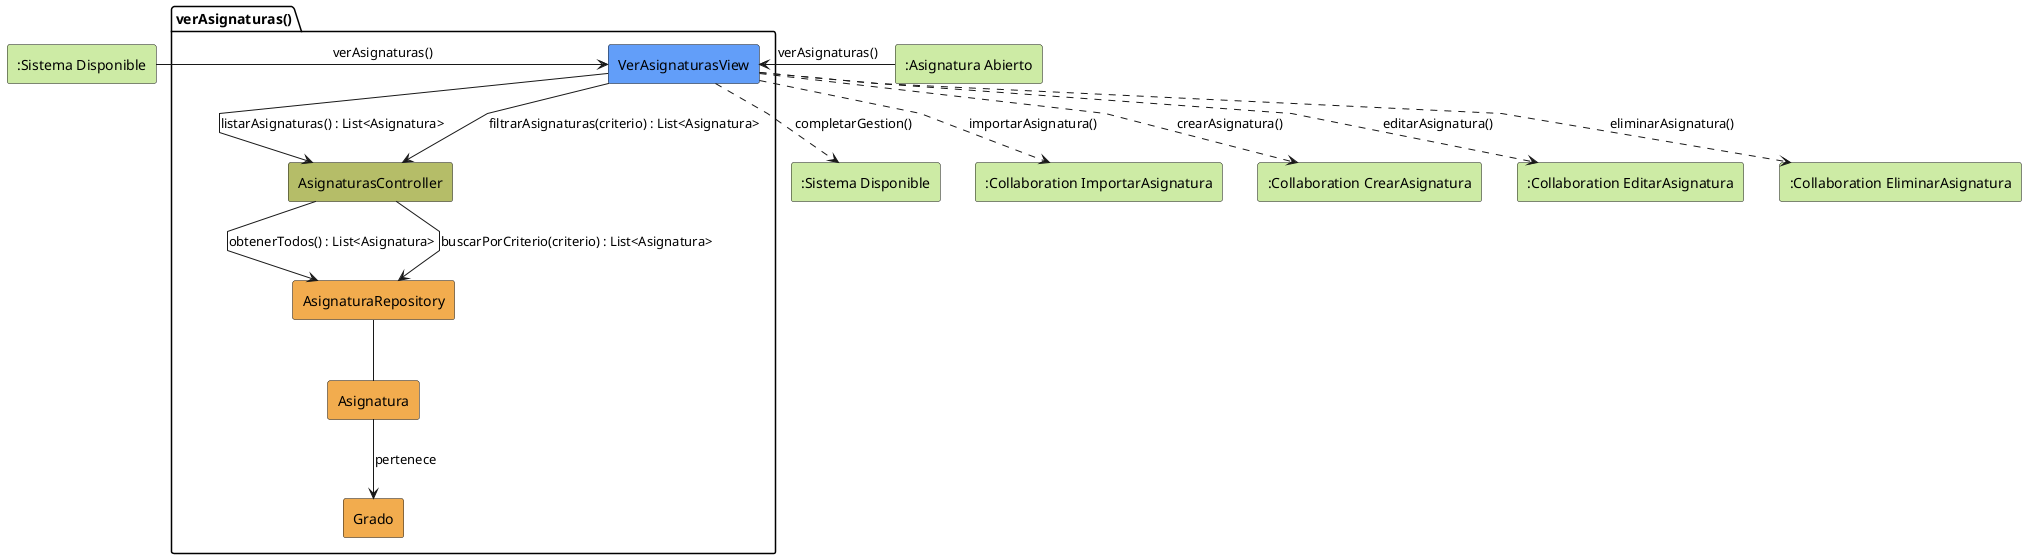
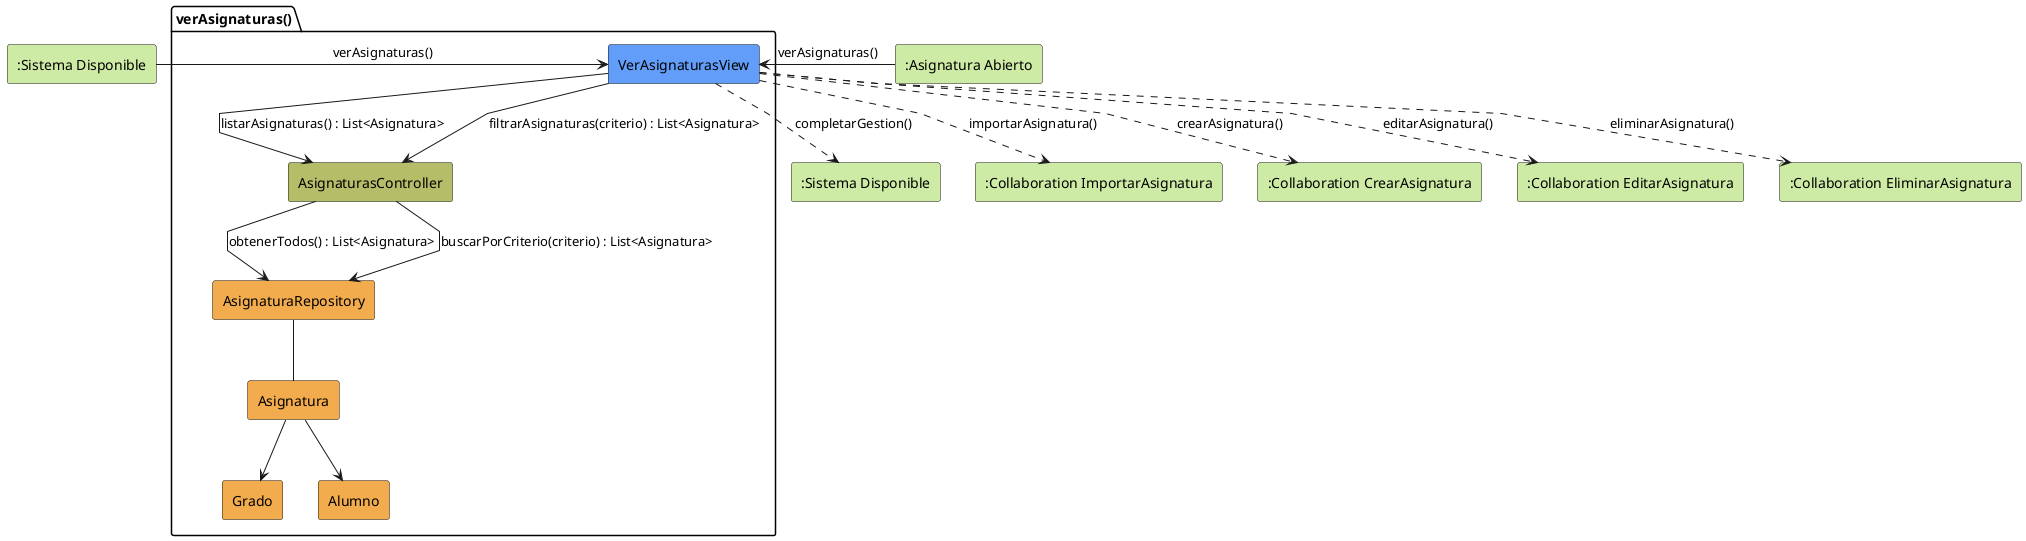
@startuml verAsignaturas-analisis
skinparam linetype polyline

rectangle #CDEBA5 ":Sistema Disponible" as SistemaDisponible
rectangle #CDEBA5 ":Asignatura Abierto" as AsignaturaAbierto
package verAsignaturas as "verAsignaturas()" {
    rectangle #629EF9 VerAsignaturasView
    rectangle #b5bd68 AsignaturasController
    rectangle #F2AC4E AsignaturaRepository
    rectangle #F2AC4E Asignatura
    rectangle #F2AC4E Grado
+     rectangle #F2AC4E Alumno
}

rectangle #CDEBA5 ":Sistema Disponible" as SistemaDisponibleSalida
rectangle #CDEBA5 ":Collaboration ImportarAsignatura" as ImportarAsignatura
rectangle #CDEBA5 ":Collaboration CrearAsignatura" as CrearAsignatura
rectangle #CDEBA5 ":Collaboration EditarAsignatura" as EditarAsignatura
rectangle #CDEBA5 ":Collaboration EliminarAsignatura" as EliminarAsignatura

SistemaDisponible -r-> VerAsignaturasView: verAsignaturas()
AsignaturaAbierto -r-> VerAsignaturasView: verAsignaturas()

VerAsignaturasView -d-> AsignaturasController: listarAsignaturas() : List<Asignatura>

AsignaturasController --> AsignaturaRepository: obtenerTodos() : List<Asignatura>

AsignaturaRepository -- Asignatura

- Asignatura --> Grado: pertenece
+ Asignatura --> Grado
+ Asignatura --> Alumno
+ 

VerAsignaturasView --> AsignaturasController: filtrarAsignaturas(criterio) : List<Asignatura>

AsignaturasController --> AsignaturaRepository: buscarPorCriterio(criterio) : List<Asignatura>

VerAsignaturasView ..> ImportarAsignatura: importarAsignatura()
VerAsignaturasView ..> SistemaDisponibleSalida: completarGestion()
VerAsignaturasView ..> CrearAsignatura: crearAsignatura()
VerAsignaturasView ..> EditarAsignatura: editarAsignatura()
VerAsignaturasView ..> EliminarAsignatura: eliminarAsignatura()

@enduml